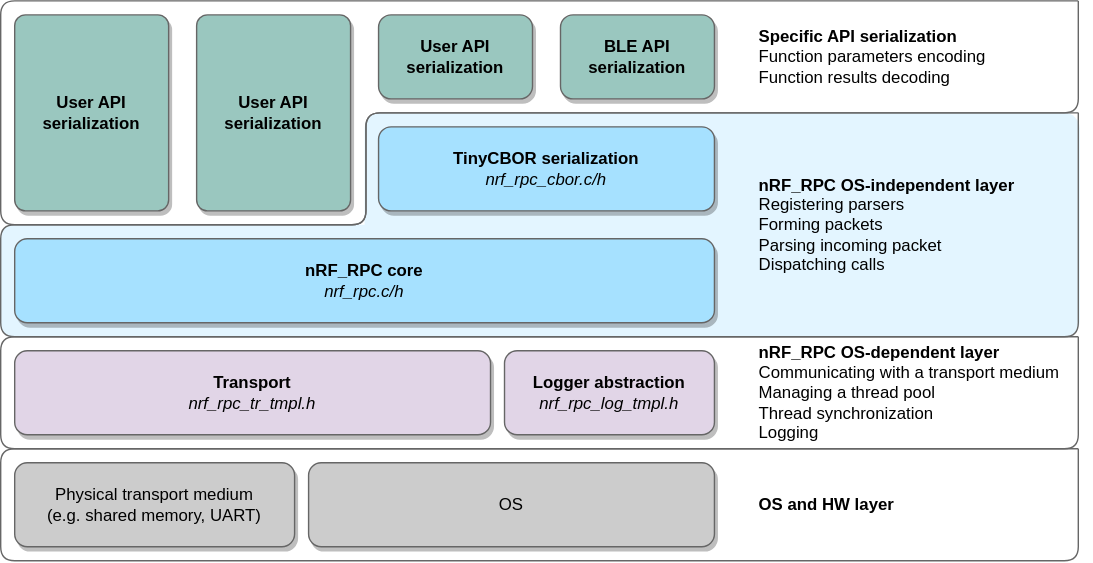
Before: nrf_rpc/doc/img/layers.svg, a diagram exported from draw.io (doki-nordic/nrfxlib-1). Source tidied: cells renumbered, new cells last; positions are measured from the earlier drawing's top-left corner, leaving out a move shared by most shapes. The source it was exported from:
```xml
<mxGraphModel>
  <root>
    <mxCell id="0" />
    <mxCell id="1" parent="0" />
    <mxCell id="2" style="rounded=1;whiteSpace=wrap;html=1;shadow=0;glass=0;comic=0;strokeColor=none;fillColor=#E3F5FF;gradientColor=none;arcSize=11;" parent="1" vertex="1">
      <mxGeometry y="160" width="331" height="80" as="geometry" />
    </mxCell>
    <mxCell id="3" style="rounded=1;whiteSpace=wrap;html=1;shadow=0;glass=0;comic=0;strokeColor=none;fillColor=#E3F5FF;gradientColor=none;arcSize=7;" parent="1" vertex="1">
      <mxGeometry x="260" y="80" width="511" height="160" as="geometry" />
    </mxCell>
    <mxCell id="4" value="&lt;b&gt;Transport&lt;/b&gt;&lt;br&gt;&lt;i&gt;nrf_rpc_tr_tmpl.h&lt;/i&gt;" style="rounded=1;whiteSpace=wrap;html=1;shadow=1;strokeColor=#666666;fillColor=#E1D5E7;" parent="1" vertex="1">
      <mxGeometry x="10" y="250" width="340" height="60" as="geometry" />
    </mxCell>
    <mxCell id="5" value="Physical transport medium&lt;br&gt;(e.g. shared memory, UART)" style="rounded=1;whiteSpace=wrap;html=1;fillColor=#CCCCCC;shadow=1;strokeColor=#666666;" parent="1" vertex="1">
      <mxGeometry x="10" y="330" width="200" height="60" as="geometry" />
    </mxCell>
    <mxCell id="6" value="&lt;b&gt;nRF_RPC core&lt;/b&gt;&lt;br&gt;&lt;i&gt;nrf_rpc.c/h&lt;/i&gt;" style="rounded=1;whiteSpace=wrap;html=1;verticalAlign=middle;fillColor=#A6E1FF;shadow=1;strokeColor=#666666;" parent="1" vertex="1">
      <mxGeometry x="10" y="170" width="500" height="60" as="geometry" />
    </mxCell>
    <mxCell id="7" value="&lt;b&gt;Logger abstraction&lt;/b&gt;&lt;br&gt;&lt;i&gt;nrf_rpc_log_tmpl.h&lt;/i&gt;" style="rounded=1;whiteSpace=wrap;html=1;verticalAlign=middle;shadow=1;strokeColor=#666666;fillColor=#E1D5E7;" parent="1" vertex="1">
      <mxGeometry x="360" y="250" width="150" height="60" as="geometry" />
    </mxCell>
    <mxCell id="8" value="OS" style="rounded=1;whiteSpace=wrap;html=1;fillColor=#CCCCCC;shadow=1;strokeColor=#666666;" parent="1" vertex="1">
      <mxGeometry x="220" y="330" width="290" height="60" as="geometry" />
    </mxCell>
    <mxCell id="9" value="&lt;b&gt;TinyCBOR serialization&lt;/b&gt;&lt;br&gt;&lt;i&gt;nrf_rpc_cbor.c/h&lt;/i&gt;" style="rounded=1;whiteSpace=wrap;html=1;verticalAlign=middle;fillColor=#A6E1FF;shadow=1;strokeColor=#666666;" parent="1" vertex="1">
      <mxGeometry x="270" y="90" width="240" height="60" as="geometry" />
    </mxCell>
    <mxCell id="10" value="&lt;b&gt;User API&lt;br&gt;serialization&lt;br&gt;&lt;/b&gt;" style="rounded=1;whiteSpace=wrap;html=1;verticalAlign=middle;fillColor=#9AC7BF;shadow=1;strokeColor=#666666;" parent="1" vertex="1">
      <mxGeometry x="270" y="10" width="110" height="60" as="geometry" />
    </mxCell>
    <mxCell id="11" value="&lt;b&gt;BLE API serialization&lt;/b&gt;" style="rounded=1;whiteSpace=wrap;html=1;verticalAlign=middle;fillColor=#9AC7BF;shadow=1;strokeColor=#666666;" parent="1" vertex="1">
      <mxGeometry x="400" y="10" width="110" height="60" as="geometry" />
    </mxCell>
    <mxCell id="12" value="&lt;b&gt;User API&lt;br&gt;serialization&lt;br&gt;&lt;/b&gt;" style="rounded=1;whiteSpace=wrap;html=1;verticalAlign=middle;fillColor=#9AC7BF;shadow=1;strokeColor=#666666;arcSize=7;" parent="1" vertex="1">
      <mxGeometry x="140" y="10" width="110" height="140" as="geometry" />
    </mxCell>
    <mxCell id="13" value="&lt;b&gt;User API&lt;br&gt;serialization&lt;br&gt;&lt;/b&gt;" style="rounded=1;whiteSpace=wrap;html=1;verticalAlign=middle;fillColor=#9AC7BF;shadow=1;strokeColor=#666666;arcSize=7;" parent="1" vertex="1">
      <mxGeometry x="10" y="10" width="110" height="140" as="geometry" />
    </mxCell>
    <mxCell id="14" style="endArrow=none;html=1;strokeColor=#666666;" parent="1" edge="1">
      <mxGeometry relative="1" as="geometry">
        <mxPoint x="770" y="320" as="sourcePoint" />
        <mxPoint x="770" y="320" as="targetPoint" />
        <Array as="points">
          <mxPoint x="770" y="400" />
          <mxPoint y="400" />
          <mxPoint y="320" />
        </Array>
      </mxGeometry>
    </mxCell>
    <mxCell id="15" style="endArrow=none;html=1;strokeColor=#666666;" parent="1" edge="1">
      <mxGeometry relative="1" as="geometry">
        <mxPoint x="770" y="240" as="sourcePoint" />
        <mxPoint x="770" y="240" as="targetPoint" />
        <Array as="points">
          <mxPoint x="770" y="320" />
          <mxPoint y="320" />
          <mxPoint y="240" />
        </Array>
      </mxGeometry>
    </mxCell>
    <mxCell id="16" style="endArrow=none;html=1;strokeColor=#666666;" parent="1" edge="1">
      <mxGeometry relative="1" as="geometry">
        <mxPoint x="770" y="80" as="sourcePoint" />
        <mxPoint x="770" y="80" as="targetPoint" />
        <Array as="points">
          <mxPoint x="770" y="240" />
          <mxPoint y="240" />
          <mxPoint y="160" />
          <mxPoint x="261" y="160" />
          <mxPoint x="261" y="80" />
        </Array>
      </mxGeometry>
    </mxCell>
    <mxCell id="17" style="endArrow=none;html=1;strokeColor=#666666;" parent="1" edge="1">
      <mxGeometry relative="1" as="geometry">
        <mxPoint x="770" as="sourcePoint" />
        <mxPoint x="770" as="targetPoint" />
        <Array as="points">
          <mxPoint x="770" y="80" />
          <mxPoint x="261" y="80" />
          <mxPoint x="261" y="160" />
          <mxPoint y="160" />
          <mxPoint />
        </Array>
      </mxGeometry>
    </mxCell>
    <mxCell id="18" value="&lt;b&gt;OS and HW layer&lt;br&gt;&lt;/b&gt;" style="text;html=1;strokeColor=none;fillColor=none;align=left;verticalAlign=middle;whiteSpace=wrap;rounded=0;shadow=0;glass=0;comic=0;" parent="1" vertex="1">
      <mxGeometry x="540" y="330" width="200" height="60" as="geometry" />
    </mxCell>
    <mxCell id="19" value="&lt;b&gt;nRF_RPC&amp;nbsp;OS-dependent layer&lt;/b&gt;&lt;br&gt;Communicating with a transport medium&lt;br&gt;Managing a thread pool&lt;br&gt;Thread synchronization&lt;br&gt;Logging" style="text;html=1;strokeColor=none;fillColor=none;align=left;verticalAlign=middle;whiteSpace=wrap;rounded=0;shadow=0;glass=0;comic=0;spacing=2;" parent="1" vertex="1">
      <mxGeometry x="540" y="240" width="240" height="80" as="geometry" />
    </mxCell>
    <mxCell id="20" value="&lt;b&gt;nRF_RPC OS-independent layer&lt;/b&gt;&lt;br&gt;Registering parsers&lt;br&gt;Forming packets&lt;br&gt;Parsing incoming packet&lt;br&gt;Dispatching calls" style="text;html=1;strokeColor=none;fillColor=none;align=left;verticalAlign=middle;whiteSpace=wrap;rounded=0;shadow=0;glass=0;comic=0;" parent="1" vertex="1">
      <mxGeometry x="540" y="90" width="200" height="140" as="geometry" />
    </mxCell>
    <mxCell id="21" value="&lt;b&gt;Specific API serialization&lt;/b&gt;&lt;br&gt;Function parameters encoding&lt;br&gt;Function results decoding" style="text;html=1;strokeColor=none;fillColor=none;align=left;verticalAlign=middle;whiteSpace=wrap;rounded=0;shadow=0;glass=0;comic=0;" parent="1" vertex="1">
      <mxGeometry x="540" y="10" width="200" height="60" as="geometry" />
    </mxCell>
  </root>
</mxGraphModel>
```
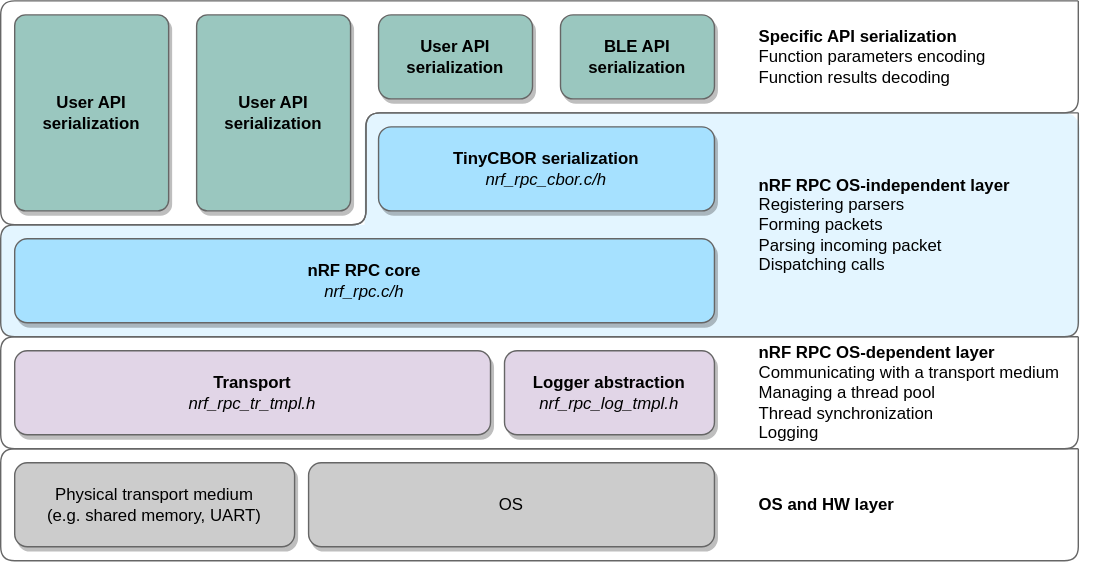
After the commit.

The edit, as a diff of the source:
```diff
@@ -14,7 +14,7 @@
     <mxCell id="5" value="Physical transport medium&lt;br&gt;(e.g. shared memory, UART)" style="rounded=1;whiteSpace=wrap;html=1;fillColor=#CCCCCC;shadow=1;strokeColor=#666666;" parent="1" vertex="1">
       <mxGeometry x="10" y="330" width="200" height="60" as="geometry" />
     </mxCell>
-    <mxCell id="6" value="&lt;b&gt;nRF_RPC core&lt;/b&gt;&lt;br&gt;&lt;i&gt;nrf_rpc.c/h&lt;/i&gt;" style="rounded=1;whiteSpace=wrap;html=1;verticalAlign=middle;fillColor=#A6E1FF;shadow=1;strokeColor=#666666;" parent="1" vertex="1">
+    <mxCell id="6" value="&lt;b&gt;nRF RPC core&lt;/b&gt;&lt;br&gt;&lt;i&gt;nrf_rpc.c/h&lt;/i&gt;" style="rounded=1;whiteSpace=wrap;html=1;verticalAlign=middle;fillColor=#A6E1FF;shadow=1;strokeColor=#666666;" parent="1" vertex="1">
       <mxGeometry x="10" y="170" width="500" height="60" as="geometry" />
     </mxCell>
     <mxCell id="7" value="&lt;b&gt;Logger abstraction&lt;/b&gt;&lt;br&gt;&lt;i&gt;nrf_rpc_log_tmpl.h&lt;/i&gt;" style="rounded=1;whiteSpace=wrap;html=1;verticalAlign=middle;shadow=1;strokeColor=#666666;fillColor=#E1D5E7;" parent="1" vertex="1">
@@ -89,10 +89,10 @@
     <mxCell id="18" value="&lt;b&gt;OS and HW layer&lt;br&gt;&lt;/b&gt;" style="text;html=1;strokeColor=none;fillColor=none;align=left;verticalAlign=middle;whiteSpace=wrap;rounded=0;shadow=0;glass=0;comic=0;" parent="1" vertex="1">
       <mxGeometry x="540" y="330" width="200" height="60" as="geometry" />
     </mxCell>
-    <mxCell id="19" value="&lt;b&gt;nRF_RPC&amp;nbsp;OS-dependent layer&lt;/b&gt;&lt;br&gt;Communicating with a transport medium&lt;br&gt;Managing a thread pool&lt;br&gt;Thread synchronization&lt;br&gt;Logging" style="text;html=1;strokeColor=none;fillColor=none;align=left;verticalAlign=middle;whiteSpace=wrap;rounded=0;shadow=0;glass=0;comic=0;spacing=2;" parent="1" vertex="1">
+    <mxCell id="19" value="&lt;b&gt;nRF RPC&amp;nbsp;OS-dependent layer&lt;/b&gt;&lt;br&gt;Communicating with a transport medium&lt;br&gt;Managing a thread pool&lt;br&gt;Thread synchronization&lt;br&gt;Logging" style="text;html=1;strokeColor=none;fillColor=none;align=left;verticalAlign=middle;whiteSpace=wrap;rounded=0;shadow=0;glass=0;comic=0;spacing=2;" parent="1" vertex="1">
       <mxGeometry x="540" y="240" width="240" height="80" as="geometry" />
     </mxCell>
-    <mxCell id="20" value="&lt;b&gt;nRF_RPC OS-independent layer&lt;/b&gt;&lt;br&gt;Registering parsers&lt;br&gt;Forming packets&lt;br&gt;Parsing incoming packet&lt;br&gt;Dispatching calls" style="text;html=1;strokeColor=none;fillColor=none;align=left;verticalAlign=middle;whiteSpace=wrap;rounded=0;shadow=0;glass=0;comic=0;" parent="1" vertex="1">
+    <mxCell id="20" value="&lt;b&gt;nRF RPC OS-independent layer&lt;/b&gt;&lt;br&gt;Registering parsers&lt;br&gt;Forming packets&lt;br&gt;Parsing incoming packet&lt;br&gt;Dispatching calls" style="text;html=1;strokeColor=none;fillColor=none;align=left;verticalAlign=middle;whiteSpace=wrap;rounded=0;shadow=0;glass=0;comic=0;" parent="1" vertex="1">
       <mxGeometry x="540" y="90" width="200" height="140" as="geometry" />
     </mxCell>
     <mxCell id="21" value="&lt;b&gt;Specific API serialization&lt;/b&gt;&lt;br&gt;Function parameters encoding&lt;br&gt;Function results decoding" style="text;html=1;strokeColor=none;fillColor=none;align=left;verticalAlign=middle;whiteSpace=wrap;rounded=0;shadow=0;glass=0;comic=0;" parent="1" vertex="1">
```
